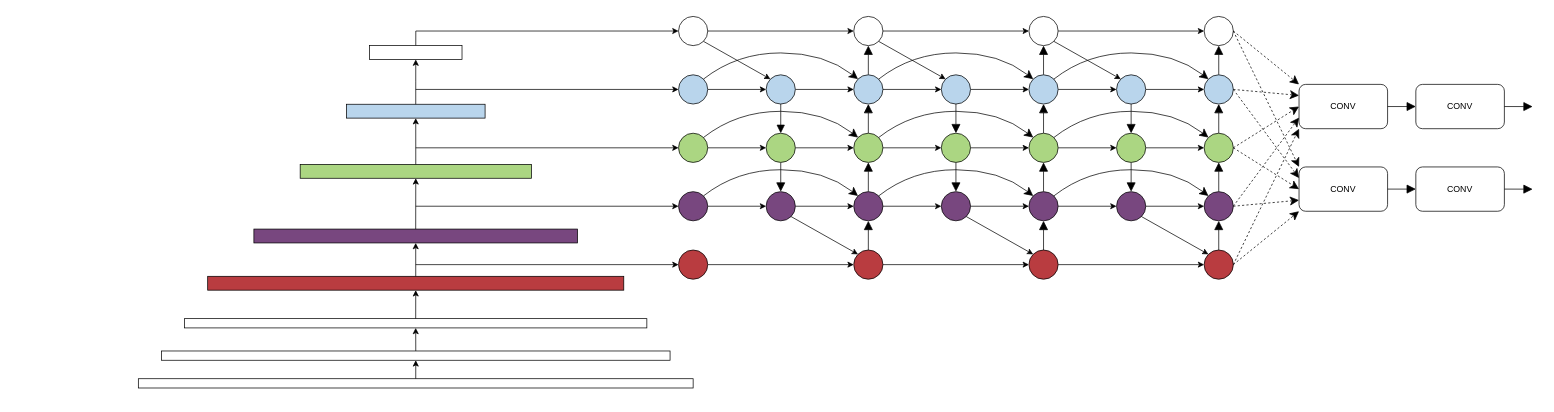
Dshdarkness/Timporal_is_all_U_need keeps this draw.io diagram as cracks.drawio. Above is the earlier version. Source tidied: cells renumbered, new cells numbered last; positions are measured from the earlier drawing's top-left corner, leaving out a move shared by most shapes. Both pictures are drawn from the tidied source at 73%, with x=0, y=0 at pixel (138, 16).
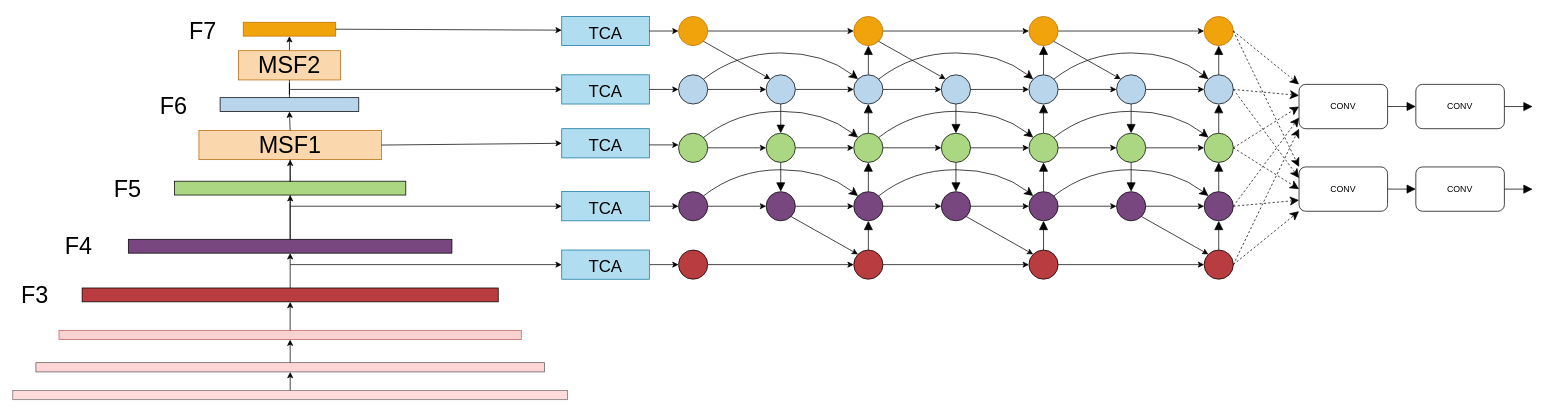
Above is the later version.

The change refers to these unchanged cells:
```xml
<mxCell id="5" style="ellipse;whiteSpace=wrap;html=1;fillColor=#B9D5EC;" parent="1" vertex="1">
  <mxGeometry x="740" y="80" width="40" height="40" as="geometry" />
</mxCell>
<mxCell id="7" style="ellipse;whiteSpace=wrap;html=1;fillColor=#ABD682;" parent="1" vertex="1">
  <mxGeometry x="740" y="160" width="40" height="40" as="geometry" />
</mxCell>
<mxCell id="9" style="ellipse;whiteSpace=wrap;html=1;fillColor=#78477F;" parent="1" vertex="1">
  <mxGeometry x="740" y="240" width="40" height="40" as="geometry" />
</mxCell>
<mxCell id="11" style="ellipse;whiteSpace=wrap;html=1;fillColor=#B93C40;" parent="1" vertex="1">
  <mxGeometry x="740" y="320" width="40" height="40" as="geometry" />
</mxCell>
```

Diff of the diagram source:
```diff
@@
-    <mxCell id="3" style="ellipse;whiteSpace=wrap;html=1;" parent="1" vertex="1">
+    <mxCell id="3" style="ellipse;whiteSpace=wrap;html=1;fillColor=#f0a30a;fontColor=#000000;strokeColor=#BD7000;" parent="1" vertex="1">
       <mxGeometry x="740" width="40" height="40" as="geometry" />
     </mxCell>
@@
-    <mxCell id="21" style="ellipse;whiteSpace=wrap;html=1;" parent="1" vertex="1">
+    <mxCell id="21" style="ellipse;whiteSpace=wrap;html=1;fillColor=#f0a30a;fontColor=#000000;strokeColor=#BD7000;" parent="1" vertex="1">
       <mxGeometry x="980" width="40" height="40" as="geometry" />
     </mxCell>
@@
-    <mxCell id="43" style="ellipse;whiteSpace=wrap;html=1;" parent="1" vertex="1">
+    <mxCell id="43" style="ellipse;whiteSpace=wrap;html=1;fillColor=#f0a30a;fontColor=#000000;strokeColor=#BD7000;" parent="1" vertex="1">
       <mxGeometry x="1220" width="40" height="40" as="geometry" />
     </mxCell>
@@
-    <mxCell id="64" style="ellipse;whiteSpace=wrap;html=1;" parent="1" vertex="1">
+    <mxCell id="64" style="ellipse;whiteSpace=wrap;html=1;fillColor=#f0a30a;fontColor=#000000;strokeColor=#BD7000;" parent="1" vertex="1">
       <mxGeometry x="1460" width="40" height="40" as="geometry" />
     </mxCell>
@@
-    <mxCell id="73" style="rounded=0;whiteSpace=wrap;html=1;" parent="1" vertex="1">
-      <mxGeometry y="496.3" width="760" height="12.7" as="geometry" />
+    <mxCell id="73" style="rounded=0;whiteSpace=wrap;html=1;fillColor=#ffcccc;strokeColor=#36393d;opacity=70;" parent="1" vertex="1">
+      <mxGeometry x="-172" y="512.3" width="760" height="12.7" as="geometry" />
     </mxCell>
-    <mxCell id="74" style="rounded=0;whiteSpace=wrap;html=1;" parent="1" vertex="1">
-      <mxGeometry x="31.7" y="458.3" width="696.7" height="12.7" as="geometry" />
+    <mxCell id="74" style="rounded=0;whiteSpace=wrap;html=1;fillColor=#ffcccc;strokeColor=#36393d;opacity=80;" parent="1" vertex="1">
+      <mxGeometry x="-140.3" y="474.3" width="696.7" height="12.7" as="geometry" />
     </mxCell>
@@
-    <mxCell id="76" style="rounded=0;whiteSpace=wrap;html=1;" parent="1" vertex="1">
-      <mxGeometry x="63.3" y="414" width="633.3" height="12.7" as="geometry" />
+    <mxCell id="76" style="rounded=0;whiteSpace=wrap;html=1;fillColor=#f8cecc;strokeColor=#b85450;opacity=90;" parent="1" vertex="1">
+      <mxGeometry x="-108.7" y="430" width="633.3" height="12.7" as="geometry" />
     </mxCell>
@@
     <mxCell id="78" style="rounded=0;whiteSpace=wrap;html=1;fillColor=#B93C40;" parent="1" vertex="1">
-      <mxGeometry x="95" y="356" width="570" height="19" as="geometry" />
+      <mxGeometry x="-77" y="372" width="570" height="19" as="geometry" />
     </mxCell>
@@
+    <mxCell id="126" style="edgeStyle=orthogonalEdgeStyle;rounded=0;jettySize=auto;html=1;fontSize=32;fontColor=#000000;" parent="1" edge="1" source="80" target="143">
+      <mxGeometry relative="1" as="geometry" />
+    </mxCell>
     <mxCell id="80" style="rounded=0;whiteSpace=wrap;html=1;fillColor=#78477F;" parent="1" vertex="1">
-      <mxGeometry x="158.3" y="291.3" width="443.3" height="19" as="geometry" />
+      <mxGeometry x="-13.7" y="305.3" width="443.3" height="19" as="geometry" />
     </mxCell>
@@
     <mxCell id="82" style="rounded=0;whiteSpace=wrap;html=1;fillColor=#ABD682;" parent="1" vertex="1">
-      <mxGeometry x="221.7" y="202.7" width="316.7" height="19" as="geometry" />
+      <mxGeometry x="49.7" y="225.7" width="316.7" height="19" as="geometry" />
     </mxCell>
@@
+    <mxCell id="127" style="edgeStyle=orthogonalEdgeStyle;rounded=0;jettySize=auto;html=1;fontSize=32;fontColor=#000000;startArrow=none;" parent="1" edge="1" source="146" target="87">
+      <mxGeometry relative="1" as="geometry" />
+    </mxCell>
     <mxCell id="84" style="rounded=0;whiteSpace=wrap;html=1;fillColor=#B9D5EC;" parent="1" vertex="1">
-      <mxGeometry x="285" y="120.3" width="190" height="19" as="geometry" />
+      <mxGeometry x="112" y="111.3" width="190" height="19" as="geometry" />
     </mxCell>
-    <mxCell id="85" style="edgeStyle=orthogonalEdgeStyle;rounded=0;jettySize=auto;html=1;exitX=0.5;exitY=0;exitDx=0;exitDy=0;entryX=0.5;entryY=1;entryDx=0;entryDy=0;" parent="1" edge="1" source="82" target="84">
-      <mxGeometry relative="1" as="geometry" />
-    </mxCell>
-    <mxCell id="86" style="edgeStyle=orthogonalEdgeStyle;rounded=0;jettySize=auto;html=1;exitX=0.5;exitY=0;exitDx=0;exitDy=0;entryX=0;entryY=0.5;entryDx=0;entryDy=0;" parent="1" edge="1" source="87" target="3">
-      <mxGeometry relative="1" as="geometry" />
-    </mxCell>
-    <mxCell id="87" style="rounded=0;whiteSpace=wrap;html=1;" parent="1" vertex="1">
-      <mxGeometry x="316.7" y="40" width="126.7" height="19" as="geometry" />
+    <mxCell id="87" style="rounded=0;whiteSpace=wrap;html=1;fillColor=#f0a30a;fontColor=#000000;strokeColor=#BD7000;" parent="1" vertex="1">
+      <mxGeometry x="143.7" y="8" width="126.7" height="19" as="geometry" />
     </mxCell>
-    <mxCell id="88" style="edgeStyle=orthogonalEdgeStyle;rounded=0;jettySize=auto;html=1;exitX=0.5;exitY=0;exitDx=0;exitDy=0;entryX=0.5;entryY=1;entryDx=0;entryDy=0;" parent="1" edge="1" source="84" target="87">
-      <mxGeometry relative="1" as="geometry" />
-    </mxCell>
@@
-    <mxCell id="92" style="endArrow=classic;html=1;rounded=0;entryX=0;entryY=0.5;entryDx=0;entryDy=0;" parent="1" edge="1" target="5">
-      <mxGeometry relative="1" as="geometry">
-        <mxPoint x="380" y="100" as="sourcePoint" />
-      </mxGeometry>
-    </mxCell>
-    <mxCell id="93" style="endArrow=classic;html=1;rounded=0;entryX=0;entryY=0.5;entryDx=0;entryDy=0;" parent="1" edge="1" target="7">
-      <mxGeometry relative="1" as="geometry">
-        <mxPoint x="380" y="180" as="sourcePoint" />
-      </mxGeometry>
-    </mxCell>
-    <mxCell id="94" style="endArrow=classic;html=1;rounded=0;entryX=0;entryY=0.5;entryDx=0;entryDy=0;" parent="1" edge="1" target="9">
-      <mxGeometry relative="1" as="geometry">
-        <mxPoint x="380" y="260" as="sourcePoint" />
-      </mxGeometry>
-    </mxCell>
-    <mxCell id="95" style="endArrow=classic;html=1;rounded=0;entryX=0;entryY=0.5;entryDx=0;entryDy=0;" parent="1" edge="1" target="11">
-      <mxGeometry relative="1" as="geometry">
-        <mxPoint x="380" y="340" as="sourcePoint" />
-      </mxGeometry>
+    <mxCell id="95" style="endArrow=classic;html=1;rounded=0;entryX=0;entryY=0.5;entryDx=0;entryDy=0;startArrow=none;" parent="1" edge="1" source="136" target="11">
+      <mxGeometry relative="1" as="geometry" />
     </mxCell>
@@
+    <mxCell id="128" value="&lt;font color=&quot;#000000&quot; style=&quot;font-size: 23px;&quot;&gt;TCA&lt;/font&gt;" style="rounded=0;whiteSpace=wrap;html=1;fontSize=32;fillColor=#b1ddf0;strokeColor=#10739e;" parent="1" vertex="1">
+      <mxGeometry x="580" width="120" height="40" as="geometry" />
+    </mxCell>
+    <mxCell id="129" style="endArrow=classic;html=1;rounded=0;fontSize=23;exitX=1;exitY=0.5;exitDx=0;exitDy=0;" parent="1" edge="1" source="128" target="3">
+      <mxGeometry relative="1" as="geometry">
+        <Array as="points">
+          <mxPoint x="700" y="20" />
+        </Array>
+      </mxGeometry>
+    </mxCell>
+    <mxCell id="130" value="&lt;font color=&quot;#000000&quot; style=&quot;font-size: 23px;&quot;&gt;TCA&lt;/font&gt;" style="rounded=0;whiteSpace=wrap;html=1;fontSize=32;fillColor=#b1ddf0;strokeColor=#10739e;" parent="1" vertex="1">
+      <mxGeometry x="580" y="80" width="120" height="40" as="geometry" />
+    </mxCell>
+    <mxCell id="131" style="endArrow=classic;html=1;rounded=0;fontSize=23;fontColor=#000000;entryX=0;entryY=0.5;entryDx=0;entryDy=0;exitX=1;exitY=0.5;exitDx=0;exitDy=0;" parent="1" edge="1" source="130" target="5">
+      <mxGeometry relative="1" as="geometry" />
+    </mxCell>
+    <mxCell id="132" value="&lt;font color=&quot;#000000&quot; style=&quot;font-size: 23px;&quot;&gt;TCA&lt;/font&gt;" style="rounded=0;whiteSpace=wrap;html=1;fontSize=32;fillColor=#b1ddf0;strokeColor=#10739e;" parent="1" vertex="1">
+      <mxGeometry x="580" y="153.8" width="120" height="40" as="geometry" />
+    </mxCell>
+    <mxCell id="133" style="endArrow=classic;html=1;rounded=0;fontSize=23;fontColor=#000000;" parent="1" edge="1">
+      <mxGeometry relative="1" as="geometry">
+        <mxPoint x="700" y="176" as="sourcePoint" />
+        <mxPoint x="740" y="176" as="targetPoint" />
+      </mxGeometry>
+    </mxCell>
+    <mxCell id="134" style="edgeStyle=orthogonalEdgeStyle;rounded=0;jettySize=auto;html=1;exitX=1;exitY=0.5;exitDx=0;exitDy=0;entryX=0;entryY=0.5;entryDx=0;entryDy=0;fontSize=23;fontColor=#000000;" parent="1" edge="1" source="135" target="9">
+      <mxGeometry relative="1" as="geometry" />
+    </mxCell>
+    <mxCell id="135" value="&lt;font color=&quot;#000000&quot; style=&quot;font-size: 23px;&quot;&gt;TCA&lt;/font&gt;" style="rounded=0;whiteSpace=wrap;html=1;fontSize=32;fillColor=#b1ddf0;strokeColor=#10739e;" parent="1" vertex="1">
+      <mxGeometry x="580" y="240" width="120" height="40" as="geometry" />
+    </mxCell>
+    <mxCell id="136" value="&lt;font color=&quot;#000000&quot; style=&quot;font-size: 23px;&quot;&gt;TCA&lt;/font&gt;" style="rounded=0;whiteSpace=wrap;html=1;fontSize=32;fillColor=#b1ddf0;strokeColor=#10739e;" parent="1" vertex="1">
+      <mxGeometry x="580" y="320" width="120" height="40" as="geometry" />
+    </mxCell>
+    <mxCell id="137" style="edgeStyle=orthogonalEdgeStyle;rounded=0;orthogonalLoop=1;jettySize=auto;html=1;exitX=0.5;exitY=1;exitDx=0;exitDy=0;fontSize=23;fontColor=#000000;" parent="1" edge="1" source="132" target="132">
+      <mxGeometry relative="1" as="geometry" />
+    </mxCell>
+    <mxCell id="138" value="F3" style="text;html=1;align=center;verticalAlign=middle;fillColor=none;strokeColor=none;rounded=0;fontSize=32;fontColor=#000000;" parent="1" vertex="1">
+      <mxGeometry x="-172" y="356.5" width="60" height="50" as="geometry" />
+    </mxCell>
+    <mxCell id="139" value="F4" style="text;html=1;align=center;verticalAlign=middle;fillColor=none;strokeColor=none;rounded=0;fontSize=32;fontColor=#000000;" parent="1" vertex="1">
+      <mxGeometry x="-112" y="289.8" width="60" height="50" as="geometry" />
+    </mxCell>
+    <mxCell id="140" value="F5" style="text;html=1;align=center;verticalAlign=middle;fillColor=none;strokeColor=none;rounded=0;fontSize=32;fontColor=#000000;" parent="1" vertex="1">
+      <mxGeometry x="-45" y="211.6" width="60" height="50" as="geometry" />
+    </mxCell>
+    <mxCell id="141" value="F6" style="text;html=1;align=center;verticalAlign=middle;fillColor=none;strokeColor=none;rounded=0;fontSize=32;fontColor=#000000;" parent="1" vertex="1">
+      <mxGeometry x="18" y="98.4" width="60" height="50" as="geometry" />
+    </mxCell>
+    <mxCell id="142" value="F7" style="text;html=1;align=center;verticalAlign=middle;fillColor=none;strokeColor=none;rounded=0;fontSize=32;fontColor=#000000;" parent="1" vertex="1">
+      <mxGeometry x="58" y="-5" width="60" height="50" as="geometry" />
+    </mxCell>
+    <mxCell id="143" value="MSF1" style="rounded=0;whiteSpace=wrap;html=1;fontSize=32;fillColor=#fad7ac;strokeColor=#b46504;" parent="1" vertex="1">
+      <mxGeometry x="83" y="156.2" width="250" height="40" as="geometry" />
+    </mxCell>
+    <mxCell id="144" style="edgeStyle=orthogonalEdgeStyle;rounded=0;orthogonalLoop=1;jettySize=auto;html=1;exitX=0.5;exitY=0;exitDx=0;exitDy=0;entryX=0.5;entryY=1;entryDx=0;entryDy=0;endArrow=none;" parent="1" edge="1">
+      <mxGeometry relative="1" as="geometry">
+        <mxPoint x="208" y="226.7" as="sourcePoint" />
+        <mxPoint x="208" y="196.2" as="targetPoint" />
+      </mxGeometry>
+    </mxCell>
+    <mxCell id="145" style="endArrow=classic;html=1;rounded=0;fontSize=32;fontColor=#000000;exitX=0.5;exitY=0;exitDx=0;exitDy=0;entryX=0.5;entryY=1;entryDx=0;entryDy=0;" parent="1" edge="1" source="143" target="84">
+      <mxGeometry relative="1" as="geometry" />
+    </mxCell>
+    <mxCell id="146" value="MSF2" style="rounded=0;whiteSpace=wrap;html=1;fontSize=32;fillColor=#fad7ac;strokeColor=#b46504;" parent="1" vertex="1">
+      <mxGeometry x="137" y="47" width="140" height="40" as="geometry" />
+    </mxCell>
+    <mxCell id="147" style="edgeStyle=orthogonalEdgeStyle;rounded=0;jettySize=auto;html=1;fontSize=32;fontColor=#000000;endArrow=none;" parent="1" edge="1" source="84" target="146">
+      <mxGeometry relative="1" as="geometry" />
+    </mxCell>
+    <mxCell id="148" style="endArrow=classic;html=1;rounded=0;fontSize=32;fontColor=#000000;exitX=1;exitY=0.5;exitDx=0;exitDy=0;" parent="1" edge="1" source="87">
+      <mxGeometry relative="1" as="geometry">
+        <mxPoint x="580" y="18.8" as="targetPoint" />
+      </mxGeometry>
+    </mxCell>
+    <mxCell id="149" style="endArrow=classic;html=1;rounded=0;fontSize=32;fontColor=#000000;entryX=0;entryY=0.5;entryDx=0;entryDy=0;" parent="1" edge="1" target="130">
+      <mxGeometry relative="1" as="geometry">
+        <mxPoint x="208" y="100" as="sourcePoint" />
+      </mxGeometry>
+    </mxCell>
+    <mxCell id="150" style="endArrow=classic;html=1;rounded=0;fontSize=32;fontColor=#000000;entryX=0;entryY=0.5;entryDx=0;entryDy=0;" parent="1" edge="1" target="136">
+      <mxGeometry relative="1" as="geometry">
+        <mxPoint x="208" y="340" as="sourcePoint" />
+      </mxGeometry>
+    </mxCell>
+    <mxCell id="151" style="endArrow=classic;html=1;rounded=0;fontSize=32;fontColor=#000000;entryX=0;entryY=0.5;entryDx=0;entryDy=0;" parent="1" edge="1" target="135">
+      <mxGeometry relative="1" as="geometry">
+        <mxPoint x="208" y="260" as="sourcePoint" />
+      </mxGeometry>
+    </mxCell>
+    <mxCell id="152" style="endArrow=classic;html=1;rounded=0;fontSize=32;fontColor=#000000;entryX=0;entryY=0.5;entryDx=0;entryDy=0;exitX=1;exitY=0.5;exitDx=0;exitDy=0;" parent="1" edge="1" source="143" target="132">
+      <mxGeometry relative="1" as="geometry" />
+    </mxCell>
```
